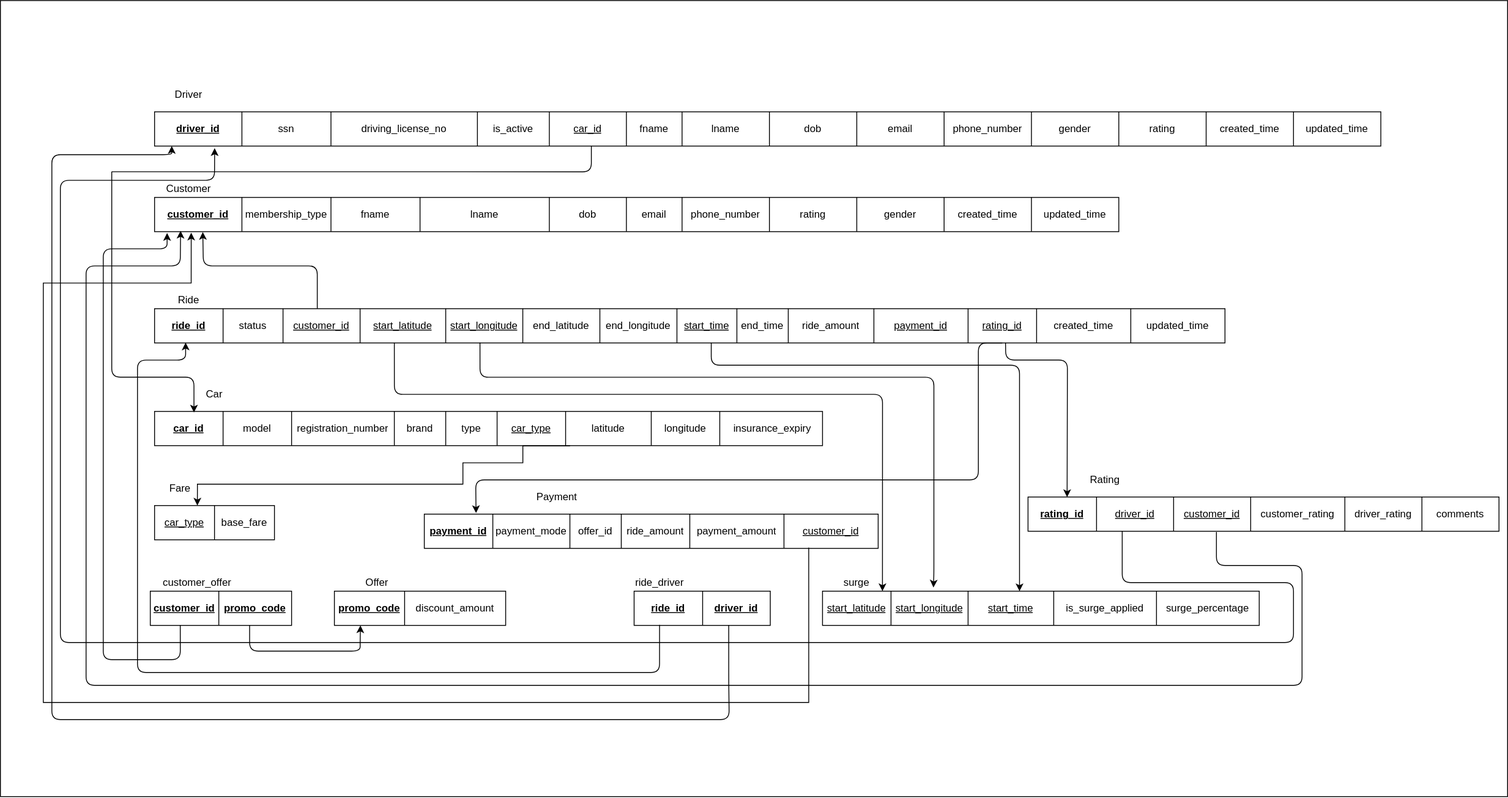
The draw.io diagram ER Schema.svg in NandhiniPeriyasamy13/Uber-backend-database-design, before a commit. Source tidied: cells renumbered, new cells last; positions are measured from the earlier drawing's top-left corner, leaving out a move shared by most shapes.
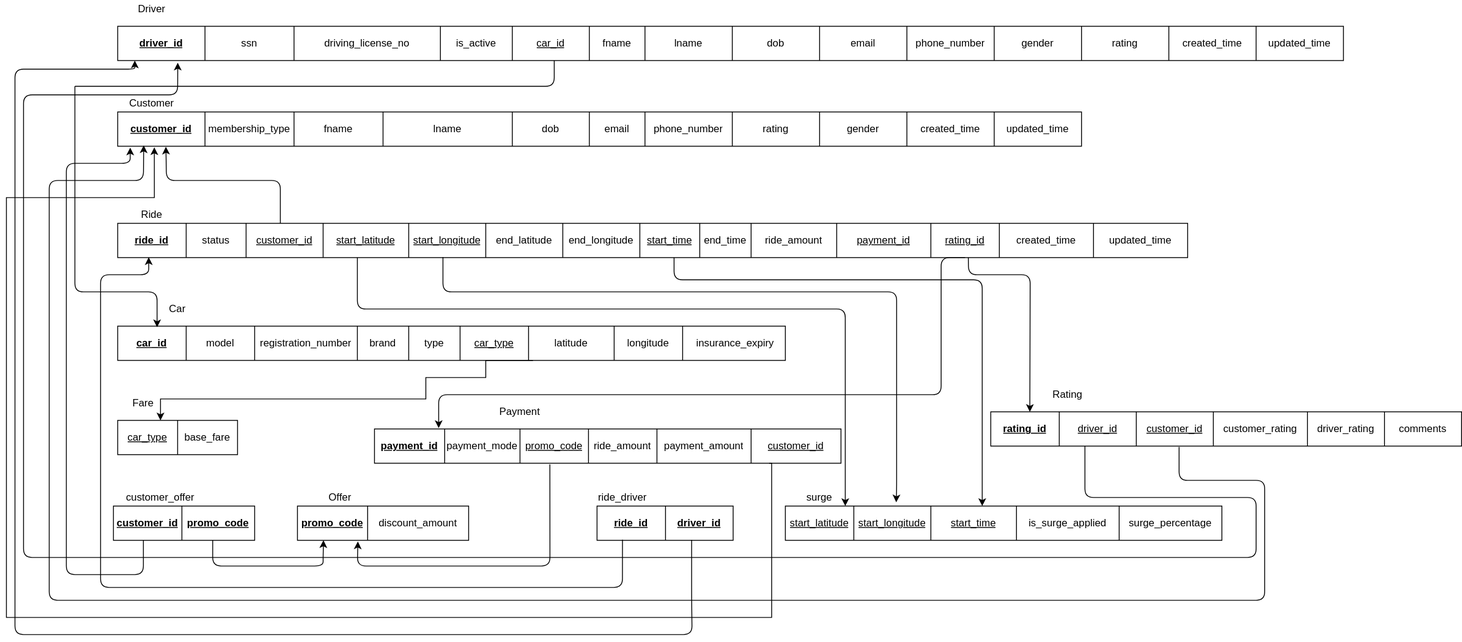
After the change.

The edit, as a diff of the source:
```diff
@@ -2,9 +2,6 @@
   <root>
     <mxCell id="0" />
     <mxCell id="1" parent="0" />
-    <mxCell id="2" style="rounded=0;whiteSpace=wrap;html=1;" parent="1" vertex="1">
-      <mxGeometry width="1760" height="930" as="geometry" />
-    </mxCell>
     <mxCell id="3" style="shape=table;html=1;whiteSpace=wrap;startSize=0;fontSize=12;" parent="1" vertex="1">
       <mxGeometry x="180" y="130" width="1432" height="40" as="geometry" />
     </mxCell>
@@ -198,28 +195,28 @@
       <mxGeometry x="82" width="118" height="40" as="geometry" />
     </mxCell>
     <mxCell id="67" style="shape=table;html=1;whiteSpace=wrap;startSize=0;fontSize=12;" parent="1" vertex="1">
-      <mxGeometry x="495" y="600" width="530" height="40" as="geometry" />
+      <mxGeometry x="480" y="600" width="545" height="40" as="geometry" />
     </mxCell>
     <mxCell id="68" style="shape=partialRectangle;html=1;whiteSpace=wrap;fillColor=none;top=0;left=0;bottom=0;right=0;points=[[0,0.5],[1,0.5]];portConstraint=eastwest;fontSize=12;" parent="67" vertex="1">
-      <mxGeometry width="530" height="40" as="geometry" />
+      <mxGeometry width="545" height="40" as="geometry" />
     </mxCell>
     <mxCell id="69" value="&lt;u style=&quot;font-size: 12px;&quot;&gt;&lt;b style=&quot;font-size: 12px;&quot;&gt;payment_id&lt;/b&gt;&lt;/u&gt;" style="shape=partialRectangle;html=1;whiteSpace=wrap;fillColor=none;top=0;left=0;bottom=0;right=0;overflow=hidden;fontSize=12;" parent="68" vertex="1">
-      <mxGeometry width="80" height="40" as="geometry" />
+      <mxGeometry width="82" height="40" as="geometry" />
     </mxCell>
     <mxCell id="70" value="payment_mode" style="shape=partialRectangle;html=1;whiteSpace=wrap;fillColor=none;top=0;left=0;bottom=0;right=0;overflow=hidden;fontSize=12;" parent="68" vertex="1">
-      <mxGeometry x="80" width="90" height="40" as="geometry" />
+      <mxGeometry x="82" width="88" height="40" as="geometry" />
     </mxCell>
-    <mxCell id="71" value="offer_id" style="shape=partialRectangle;html=1;whiteSpace=wrap;fillColor=none;top=0;left=0;bottom=0;right=0;overflow=hidden;fontSize=12;" parent="68" vertex="1">
-      <mxGeometry x="170" width="60" height="40" as="geometry" />
+    <mxCell id="71" value="&lt;u&gt;promo_code&lt;/u&gt;" style="shape=partialRectangle;html=1;whiteSpace=wrap;fillColor=none;top=0;left=0;bottom=0;right=0;overflow=hidden;fontSize=12;" parent="68" vertex="1">
+      <mxGeometry x="170" width="80" height="40" as="geometry" />
     </mxCell>
     <mxCell id="72" value="ride_amount" style="shape=partialRectangle;html=1;whiteSpace=wrap;fillColor=none;top=0;left=0;bottom=0;right=0;overflow=hidden;fontSize=12;" parent="68" vertex="1">
-      <mxGeometry x="230" width="80" height="40" as="geometry" />
+      <mxGeometry x="250" width="80" height="40" as="geometry" />
     </mxCell>
     <mxCell id="73" value="payment_amount" style="shape=partialRectangle;html=1;whiteSpace=wrap;fillColor=none;top=0;left=0;bottom=0;right=0;overflow=hidden;fontSize=12;" parent="68" vertex="1">
-      <mxGeometry x="310" width="110" height="40" as="geometry" />
+      <mxGeometry x="330" width="110" height="40" as="geometry" />
     </mxCell>
     <mxCell id="74" value="&lt;u style=&quot;font-size: 12px;&quot;&gt;customer_id&lt;/u&gt;" style="shape=partialRectangle;html=1;whiteSpace=wrap;fillColor=none;top=0;left=0;bottom=0;right=0;overflow=hidden;fontSize=12;" parent="68" vertex="1">
-      <mxGeometry x="420" width="110" height="40" as="geometry" />
+      <mxGeometry x="440" width="105" height="40" as="geometry" />
     </mxCell>
     <mxCell id="75" style="shape=table;html=1;whiteSpace=wrap;startSize=0;fontSize=12;" parent="1" vertex="1">
       <mxGeometry x="1200" y="580" width="550" height="40" as="geometry" />
@@ -301,15 +298,17 @@
         </Array>
       </mxGeometry>
     </mxCell>
-    <mxCell id="88" style="endArrow=classic;html=1;entryX=0.114;entryY=-0.03;entryDx=0;entryDy=0;entryPerimeter=0;fontSize=12;" parent="1" edge="1" target="68">
+    <mxCell id="88" style="endArrow=classic;html=1;fontSize=12;" parent="1" edge="1">
       <mxGeometry relative="1" as="geometry">
         <mxPoint x="1170" y="400" as="sourcePoint" />
+        <mxPoint x="555" y="599" as="targetPoint" />
         <Array as="points">
           <mxPoint x="1142" y="400" />
           <mxPoint x="1142" y="420" />
           <mxPoint x="1142" y="560" />
           <mxPoint x="870" y="560" />
           <mxPoint x="555" y="560" />
+          <mxPoint x="555" y="599" />
         </Array>
       </mxGeometry>
     </mxCell>
@@ -373,9 +372,10 @@
     <mxCell id="103" value="&lt;font style=&quot;font-size: 12px;&quot;&gt;Offer&lt;/font&gt;" style="text;html=1;strokeColor=none;fillColor=none;align=center;verticalAlign=middle;whiteSpace=wrap;rounded=0;fontSize=12;" parent="1" vertex="1">
       <mxGeometry x="410" y="670" width="60" height="20" as="geometry" />
     </mxCell>
-    <mxCell id="104" style="endArrow=classic;html=1;rounded=0;edgeStyle=orthogonalEdgeStyle;exitX=0.847;exitY=0.979;exitDx=0;exitDy=0;exitPerimeter=0;entryX=0.038;entryY=1.031;entryDx=0;entryDy=0;entryPerimeter=0;fontSize=12;" parent="1" edge="1" source="68" target="20">
+    <mxCell id="104" style="endArrow=classic;html=1;rounded=0;edgeStyle=orthogonalEdgeStyle;entryX=0.038;entryY=1.031;entryDx=0;entryDy=0;entryPerimeter=0;fontSize=12;exitX=0.846;exitY=0.999;exitDx=0;exitDy=0;exitPerimeter=0;" parent="1" edge="1" source="68" target="20">
       <mxGeometry relative="1" as="geometry">
         <Array as="points">
+          <mxPoint x="944" y="640" />
           <mxPoint x="944" y="820" />
           <mxPoint x="50" y="820" />
           <mxPoint x="50" y="330" />
@@ -492,5 +492,13 @@
         </Array>
       </mxGeometry>
     </mxCell>
+    <mxCell id="125" style="endArrow=classic;html=1;exitX=0.376;exitY=1.033;exitDx=0;exitDy=0;exitPerimeter=0;entryX=0.353;entryY=1.034;entryDx=0;entryDy=0;entryPerimeter=0;" parent="1" edge="1" source="68" target="64">
+      <mxGeometry relative="1" as="geometry">
+        <Array as="points">
+          <mxPoint x="685" y="760" />
+          <mxPoint x="460" y="760" />
+        </Array>
+      </mxGeometry>
+    </mxCell>
   </root>
 </mxGraphModel>
```
